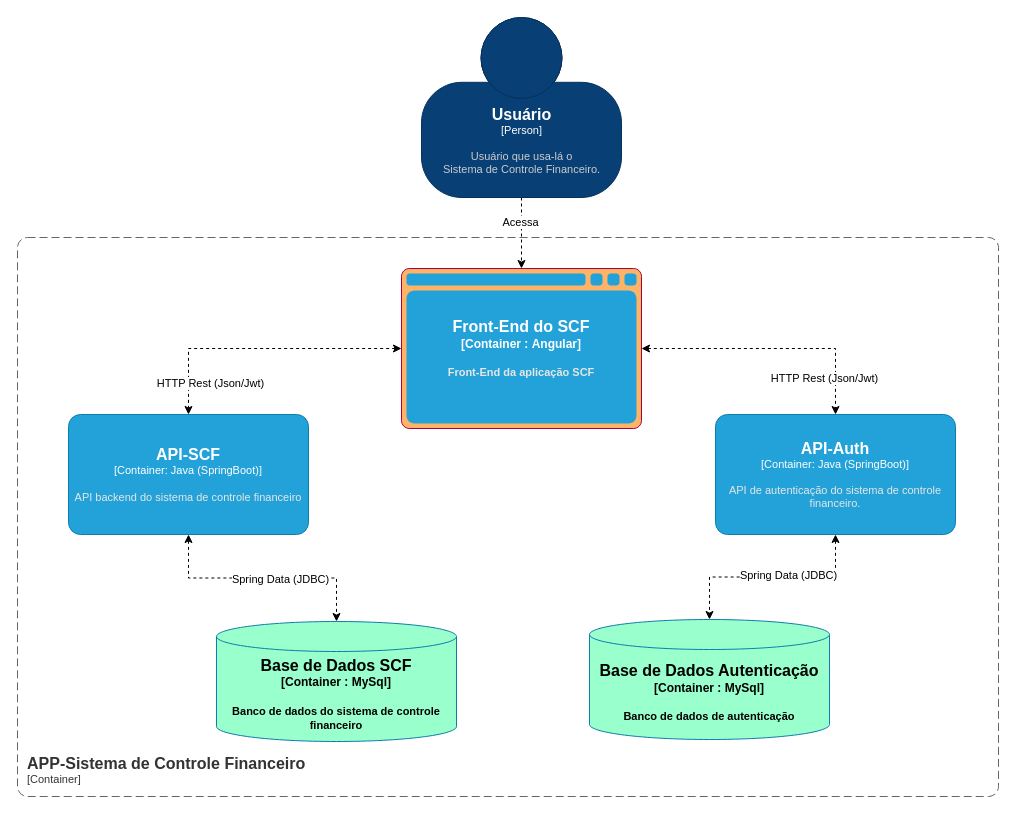
Before: page "Diagrama de Conteiner" (2 of 2) of Arquitetura/Diagramas.drawio in henriquerdq/poc-sistemas-controle-financas, a draw.io diagram. Source tidied: cells renumbered, new cells numbered last; positions are measured from the earlier drawing's top-left corner, leaving out a move shared by most shapes. Both pictures are drawn from the tidied source at 100%, with x=0, y=0 at pixel (17, 17).
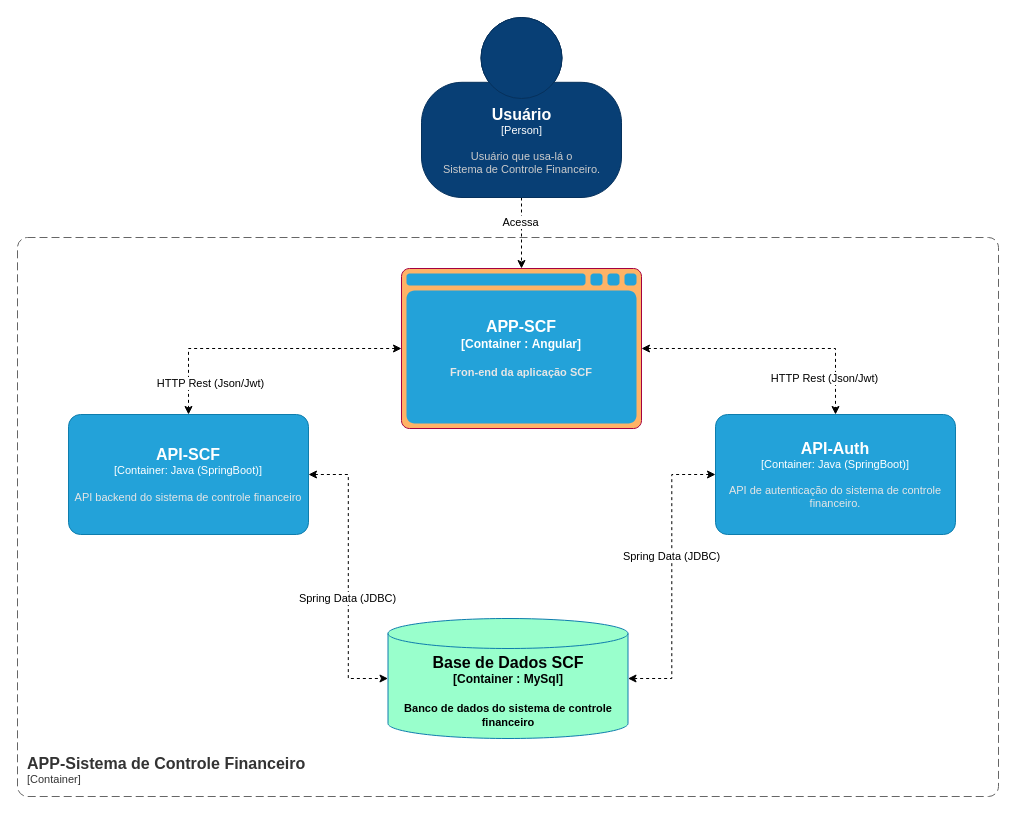
The same page after the edit.

The change refers to these unchanged cells:
```xml
<object id="5" label="&lt;font style=&quot;font-size: 16px&quot;&gt;&lt;b&gt;%c4Name%&lt;/b&gt;&lt;/font&gt;&lt;div&gt;[%c4Type%: %c4Technology%]&lt;/div&gt;&lt;br&gt;&lt;div&gt;&lt;font style=&quot;font-size: 11px&quot;&gt;&lt;font color=&quot;#E6E6E6&quot;&gt;%c4Description%&lt;/font&gt;&lt;/div&gt;" c4Description="API backend do sistema de controle financeiro" c4Name="API-SCF" c4Technology="Java (SpringBoot)" c4Type="Container" placeholders="1">
  <mxCell style="rounded=1;whiteSpace=wrap;html=1;fontSize=11;labelBackgroundColor=none;fillColor=#23A2D9;fontColor=#ffffff;align=center;arcSize=10;strokeColor=#0E7DAD;points=[[0.25,0,0],[0.5,0,0],[0.75,0,0],[1,0.25,0],[1,0.5,0],[1,0.75,0],[0.75,1,0],[0.5,1,0],[0.25,1,0],[0,0.75,0],[0,0.5,0],[0,0.25,0]];" parent="1" vertex="1">
    <mxGeometry x="51" y="397" width="240" height="120" as="geometry" />
  </mxCell>
</object>
<object id="16" label="&lt;font style=&quot;font-size: 16px&quot;&gt;&lt;b&gt;%c4Name%&lt;/b&gt;&lt;/font&gt;&lt;div&gt;[%c4Type%: %c4Technology%]&lt;/div&gt;&lt;br&gt;&lt;div&gt;&lt;font style=&quot;font-size: 11px&quot;&gt;&lt;font color=&quot;#E6E6E6&quot;&gt;%c4Description%&lt;/font&gt;&lt;/div&gt;" c4Description="API de autenticação do sistema de controle financeiro." c4Name="API-Auth" c4Technology="Java (SpringBoot)" c4Type="Container" placeholders="1">
  <mxCell style="rounded=1;whiteSpace=wrap;html=1;fontSize=11;labelBackgroundColor=none;fillColor=#23A2D9;fontColor=#ffffff;align=center;arcSize=10;strokeColor=#0E7DAD;points=[[0.25,0,0],[0.5,0,0],[0.75,0,0],[1,0.25,0],[1,0.5,0],[1,0.75,0],[0.75,1,0],[0.5,1,0],[0.25,1,0],[0,0.75,0],[0,0.5,0],[0,0.25,0]];" parent="1" vertex="1">
    <mxGeometry x="698" y="397" width="240" height="120" as="geometry" />
  </mxCell>
</object>
```

Diff of the diagram source:
```diff
@@
     <object id="2" label="&lt;font style=&quot;font-size: 16px&quot;&gt;&lt;b&gt;%c4Type%&lt;/b&gt;&lt;/font&gt;&lt;div&gt;&lt;b&gt;[%c4Container%:&amp;nbsp;%c4Technology%]&lt;/b&gt;&lt;/div&gt;&lt;b&gt;&lt;br&gt;&lt;div&gt;&lt;font style=&quot;font-size: 11px&quot;&gt;&lt;font&gt;%c4Description%&lt;/font&gt;&lt;/font&gt;&lt;/div&gt;&lt;/b&gt;" c4Container="Container " c4Description="Banco de dados do sistema de controle financeiro" c4Technology="MySql" c4Type="Base de Dados SCF" placeholders="1">
       <mxCell style="shape=cylinder3;size=15;whiteSpace=wrap;html=1;boundedLbl=1;rounded=0;labelBackgroundColor=none;fillColor=#99FFCC;fontSize=12;fontColor=#000000;align=center;strokeColor=#0E7DAD;points=[[0.5,0,0],[1,0.25,0],[1,0.5,0],[1,0.75,0],[0.5,1,0],[0,0.75,0],[0,0.5,0],[0,0.25,0]];" parent="1" vertex="1">
-        <mxGeometry x="199" y="604" width="240" height="120" as="geometry" />
+        <mxGeometry x="370.5" y="601" width="240" height="120" as="geometry" />
       </mxCell>
     </object>
-    <mxCell id="3" style="edgeStyle=orthogonalEdgeStyle;rounded=0;jettySize=auto;html=1;dashed=1;fontColor=#000000;startArrow=classic;startFill=1;" parent="1" edge="1" source="5" target="2">
+    <mxCell id="3" style="edgeStyle=orthogonalEdgeStyle;rounded=0;jettySize=auto;html=1;dashed=1;fontColor=#000000;startArrow=classic;startFill=1;entryX=0;entryY=0.5;entryDx=0;entryDy=0;entryPerimeter=0;" parent="1" edge="1" source="5" target="2">
       <mxGeometry relative="1" as="geometry" />
     </mxCell>
@@
-    <object id="13" label="&lt;font style=&quot;font-size: 16px&quot;&gt;&lt;b&gt;%c4Type%&lt;/font&gt;&lt;div&gt;[%c4Container%:&amp;nbsp;%c4Technology%]&lt;/div&gt;&lt;br&gt;&lt;div&gt;&lt;font style=&quot;font-size: 11px&quot;&gt;&lt;font color=&quot;#E6E6E6&quot;&gt;%c4Description%&lt;/font&gt;&lt;/div&gt;" c4Container="Container " c4Description="Front-End da aplicação SCF" c4Technology="Angular" c4Type="Front-End do SCF" placeholders="1">
+    <object id="13" label="&lt;font style=&quot;font-size: 16px&quot;&gt;&lt;b&gt;%c4Type%&lt;/font&gt;&lt;div&gt;[%c4Container%:&amp;nbsp;%c4Technology%]&lt;/div&gt;&lt;br&gt;&lt;div&gt;&lt;font style=&quot;font-size: 11px&quot;&gt;&lt;font color=&quot;#E6E6E6&quot;&gt;%c4Description%&lt;/font&gt;&lt;/div&gt;" c4Container="Container " c4Description="Fron-end da aplicação SCF" c4Technology="Angular" c4Type="APP-SCF" placeholders="1">
       <mxCell style="shape=mxgraph.c4.webBrowserContainer;whiteSpace=wrap;html=1;boundedLbl=1;rounded=0;labelBackgroundColor=none;fillColor=#FFB366;fontSize=12;align=center;strokeColor=#A50040;points=[[0.5,0,0],[1,0.25,0],[1,0.5,0],[1,0.75,0],[0.5,1,0],[0,0.75,0],[0,0.5,0],[0,0.25,0]];fontColor=#ffffff;fillStyle=auto;" parent="1" vertex="1">
         <mxGeometry x="384" y="251" width="240" height="160" as="geometry" />
       </mxCell>
     </object>
-    <mxCell id="14" style="edgeStyle=orthogonalEdgeStyle;rounded=0;jettySize=auto;html=1;startArrow=classic;startFill=1;dashed=1;" parent="1" edge="1" source="16" target="18">
+    <mxCell id="14" style="edgeStyle=orthogonalEdgeStyle;rounded=0;jettySize=auto;html=1;startArrow=classic;startFill=1;dashed=1;entryX=1;entryY=0.5;entryDx=0;entryDy=0;entryPerimeter=0;" parent="1" edge="1" source="16" target="2">
       <mxGeometry relative="1" as="geometry" />
     </mxCell>
@@
-    <object id="18" label="&lt;font style=&quot;font-size: 16px&quot;&gt;&lt;b&gt;%c4Type%&lt;/b&gt;&lt;/font&gt;&lt;div&gt;&lt;b&gt;[%c4Container%:&amp;nbsp;%c4Technology%]&lt;/b&gt;&lt;/div&gt;&lt;b&gt;&lt;br&gt;&lt;div&gt;&lt;font style=&quot;font-size: 11px&quot;&gt;&lt;font&gt;%c4Description%&lt;/font&gt;&lt;/font&gt;&lt;/div&gt;&lt;/b&gt;" c4Container="Container " c4Description="Banco de dados de autenticação" c4Technology="MySql" c4Type="Base de Dados Autenticação" placeholders="1">
-      <mxCell style="shape=cylinder3;size=15;whiteSpace=wrap;html=1;boundedLbl=1;rounded=0;labelBackgroundColor=none;fillColor=#99FFCC;fontSize=12;fontColor=#000000;align=center;strokeColor=#0E7DAD;points=[[0.5,0,0],[1,0.25,0],[1,0.5,0],[1,0.75,0],[0.5,1,0],[0,0.75,0],[0,0.5,0],[0,0.25,0]];" parent="1" vertex="1">
-        <mxGeometry x="572" y="602" width="240" height="120" as="geometry" />
-      </mxCell>
-    </object>
```
